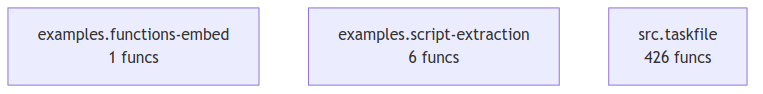
Earlier version of the Mermaid export project/compact_flow.png (pyfunc/taskfile). Its source is kept beside it as project/compact_flow.mmd.
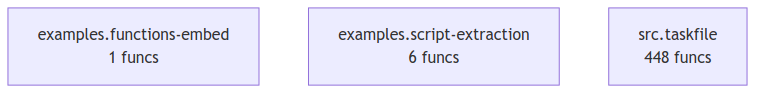
The same file after the commit.

What changed in the source:
```diff
@@ -1,4 +1,4 @@
 flowchart TD
     examples_functions_embed["examples.functions-embed<br/>1 funcs"]
     examples_script_extraction["examples.script-extraction<br/>6 funcs"]
-    src_taskfile["src.taskfile<br/>426 funcs"]
+    src_taskfile["src.taskfile<br/>448 funcs"]
```
